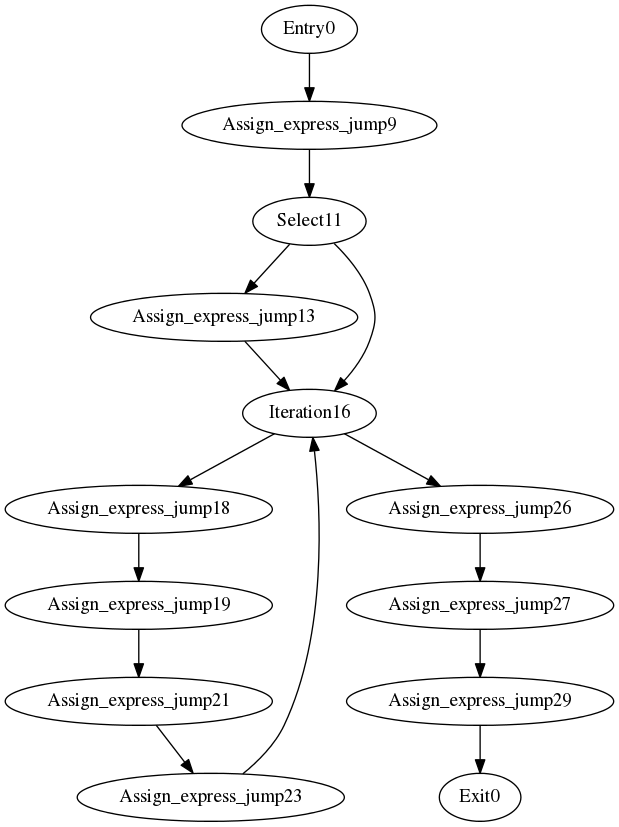
Above: cfg.png in fengcc/ProgramSlicing (Graphviz), before the change. Its source is kept beside it as cfg.dot.
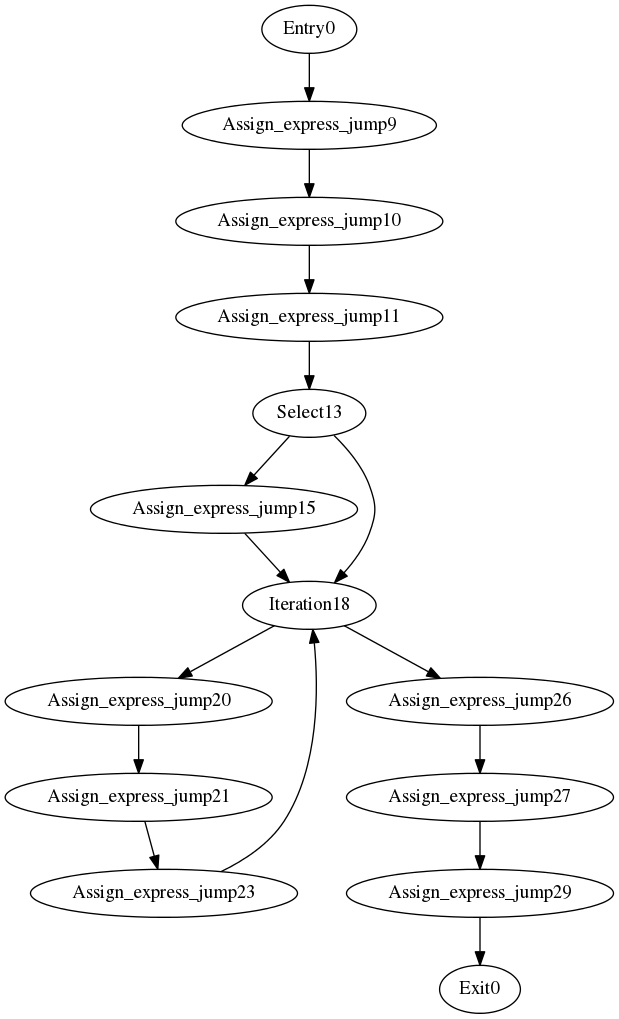
After the change.

Diff of the diagram source:
```diff
@@ -1,16 +1,17 @@
 digraph CFG {
 	Entry0 -> Assign_express_jump9
-	Assign_express_jump9 -> Select11
-	Select11 -> Assign_express_jump13
-	Assign_express_jump13 -> Iteration16
-	Iteration16 -> Assign_express_jump18
-	Assign_express_jump18 -> Assign_express_jump19
-	Assign_express_jump19 -> Assign_express_jump21
+	Assign_express_jump9 -> Assign_express_jump10
+	Assign_express_jump10 -> Assign_express_jump11
+	Assign_express_jump11 -> Select13
+	Select13 -> Assign_express_jump15
+	Assign_express_jump15 -> Iteration18
+	Iteration18 -> Assign_express_jump20
+	Assign_express_jump20 -> Assign_express_jump21
 	Assign_express_jump21 -> Assign_express_jump23
-	Assign_express_jump23 -> Iteration16
-	Iteration16 -> Assign_express_jump26
+	Assign_express_jump23 -> Iteration18
+	Iteration18 -> Assign_express_jump26
 	Assign_express_jump26 -> Assign_express_jump27
 	Assign_express_jump27 -> Assign_express_jump29
 	Assign_express_jump29 -> Exit0
-	Select11 -> Iteration16
+	Select13 -> Iteration18
 }
```
